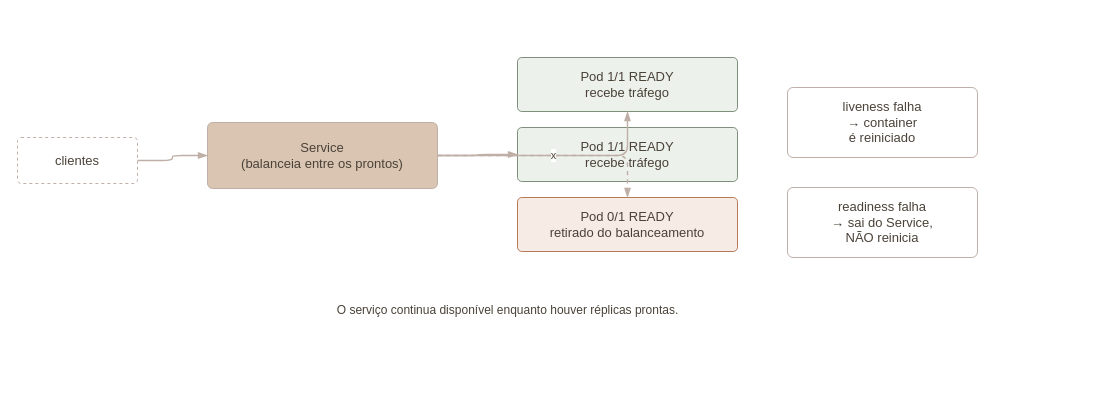
Earlier version of the draw.io diagram materiais/UC-ICN/Aula 08 - Disponibilidade e Escalabilidade de Servicos/Diagramas/a08-health-checks.drawio (catarinaacsilva/catarinaacsilva.github.io). Source tidied: cells renumbered, new cells numbered last; positions are measured from the earlier drawing's top-left corner, leaving out a move shared by most shapes. Both pictures are drawn from the tidied source at 100%, with x=0, y=0 at pixel (17, 57).
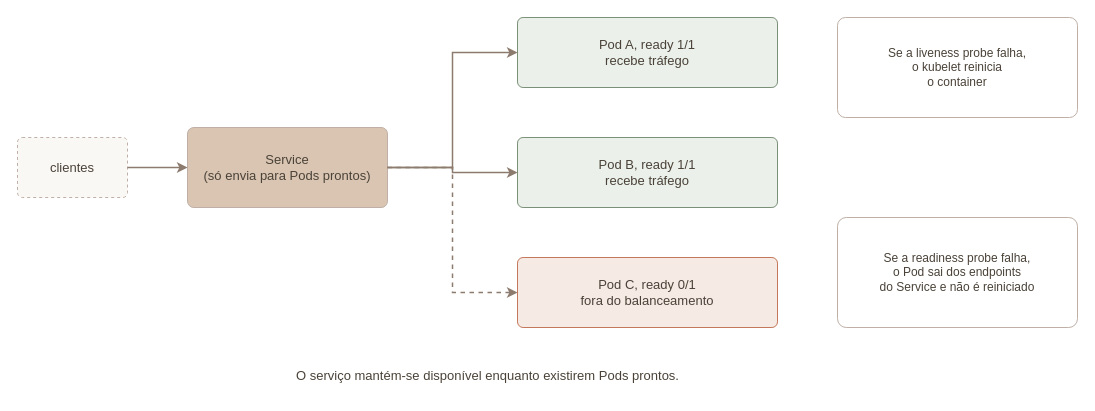
The same page after the edit.

The edit, as a diff of the source:
```diff
@@
 <mxGraphModel>
   <root>
     <mxCell id="0" />
     <mxCell id="1" parent="0" />
-    <mxCell id="2" value="clientes" style="rounded=1;whiteSpace=wrap;html=1;fillColor=none;strokeColor=#BFAFA6;fontColor=#4A4238;dashed=1;fontFamily=Helvetica;fontSize=13;arcSize=8;" parent="1" vertex="1">
-      <mxGeometry y="80" width="120" height="46" as="geometry" />
+    <mxCell id="2" value="clientes" style="rounded=1;arcSize=8;whiteSpace=wrap;html=1;fillColor=#FAF8F5;strokeColor=#BFAFA6;fontColor=#4A4238;fontFamily=Helvetica;fontSize=13;align=center;verticalAlign=middle;dashed=1;" parent="1" vertex="1">
+      <mxGeometry y="80" width="110" height="60" as="geometry" />
     </mxCell>
-    <mxCell id="3" value="Service&lt;br&gt;(balanceia entre os prontos)" style="rounded=1;whiteSpace=wrap;html=1;fillColor=#D9C5B2;strokeColor=#BFAFA6;fontColor=#4A4238;dashed=0;fontFamily=Helvetica;fontSize=13;arcSize=8;" parent="1" vertex="1">
-      <mxGeometry x="190" y="65" width="230" height="66" as="geometry" />
-    </mxCell>
-    <mxCell id="4" value="Pod  1/1 READY&lt;br&gt;recebe tráfego" style="rounded=1;whiteSpace=wrap;html=1;fillColor=#EDF1EC;strokeColor=#7E8F7C;fontColor=#4A4238;dashed=0;fontFamily=Helvetica;fontSize=13;arcSize=8;" parent="1" vertex="1">
-      <mxGeometry x="500" width="220" height="54" as="geometry" />
-    </mxCell>
-    <mxCell id="5" value="Pod  1/1 READY&lt;br&gt;recebe tráfego" style="rounded=1;whiteSpace=wrap;html=1;fillColor=#EDF1EC;strokeColor=#7E8F7C;fontColor=#4A4238;dashed=0;fontFamily=Helvetica;fontSize=13;arcSize=8;" parent="1" vertex="1">
-      <mxGeometry x="500" y="70" width="220" height="54" as="geometry" />
-    </mxCell>
-    <mxCell id="6" value="Pod  0/1 READY&lt;br&gt;retirado do balanceamento" style="rounded=1;whiteSpace=wrap;html=1;fillColor=#F7ECE5;strokeColor=#B5795C;fontColor=#4A4238;dashed=0;fontFamily=Helvetica;fontSize=13;arcSize=8;" parent="1" vertex="1">
-      <mxGeometry x="500" y="140" width="220" height="54" as="geometry" />
-    </mxCell>
-    <mxCell id="7" value="readiness falha&lt;br&gt;→ sai do Service,&lt;br&gt;NÃO reinicia" style="rounded=1;whiteSpace=wrap;html=1;fillColor=#FFFFFF;strokeColor=#BFAFA6;fontColor=#4A4238;dashed=0;fontFamily=Helvetica;fontSize=13;arcSize=8;" parent="1" vertex="1">
-      <mxGeometry x="770" y="130" width="190" height="70" as="geometry" />
-    </mxCell>
-    <mxCell id="8" value="liveness falha&lt;br&gt;→ container&lt;br&gt;é reiniciado" style="rounded=1;whiteSpace=wrap;html=1;fillColor=#FFFFFF;strokeColor=#BFAFA6;fontColor=#4A4238;dashed=0;fontFamily=Helvetica;fontSize=13;arcSize=8;" parent="1" vertex="1">
-      <mxGeometry x="770" y="30" width="190" height="70" as="geometry" />
-    </mxCell>
-    <mxCell id="9" value="O serviço continua disponível enquanto houver réplicas prontas." style="text;html=1;strokeColor=none;fillColor=none;align=center;verticalAlign=middle;fontColor=#4A4238;fontFamily=Helvetica;fontSize=12;" parent="1" vertex="1">
-      <mxGeometry x="190" y="240" width="600" height="26" as="geometry" />
-    </mxCell>
-    <mxCell id="10" style="edgeStyle=orthogonalEdgeStyle;rounded=1;html=1;dashed=0;strokeColor=#BFAFA6;fontColor=#4A4238;fontFamily=Helvetica;fontSize=11;endArrow=blockThin;endFill=1;strokeWidth=1.4;" parent="1" edge="1" source="2" target="3">
-      <mxGeometry relative="1" as="geometry" />
-    </mxCell>
-    <mxCell id="11" style="edgeStyle=orthogonalEdgeStyle;rounded=1;html=1;dashed=0;strokeColor=#BFAFA6;fontColor=#4A4238;fontFamily=Helvetica;fontSize=11;endArrow=blockThin;endFill=1;strokeWidth=1.4;" parent="1" edge="1" source="3" target="4">
-      <mxGeometry relative="1" as="geometry" />
-    </mxCell>
-    <mxCell id="12" style="edgeStyle=orthogonalEdgeStyle;rounded=1;html=1;dashed=0;strokeColor=#BFAFA6;fontColor=#4A4238;fontFamily=Helvetica;fontSize=11;endArrow=blockThin;endFill=1;strokeWidth=1.4;" parent="1" edge="1" source="3" target="5">
-      <mxGeometry relative="1" as="geometry" />
-    </mxCell>
-    <mxCell id="13" value="x" style="edgeStyle=orthogonalEdgeStyle;rounded=1;html=1;dashed=1;strokeColor=#BFAFA6;fontColor=#4A4238;fontFamily=Helvetica;fontSize=11;endArrow=blockThin;endFill=1;strokeWidth=1.4;" parent="1" edge="1" source="3" target="6">
-      <mxGeometry relative="1" as="geometry" />
-    </mxCell>
+    <mxCell id="14" value="Service&lt;br&gt;(só envia para Pods prontos)" style="rounded=1;arcSize=8;whiteSpace=wrap;html=1;fillColor=#D9C5B2;strokeColor=#BFAFA6;fontColor=#4A4238;fontFamily=Helvetica;fontSize=13;align=center;verticalAlign=middle;" parent="1" vertex="1">
+      <mxGeometry x="170" y="70" width="200" height="80" as="geometry" />
+    </mxCell>
+    <mxCell id="15" value="Pod A, ready 1/1&lt;br&gt;recebe tráfego" style="rounded=1;arcSize=8;whiteSpace=wrap;html=1;fillColor=#EBF0EA;strokeColor=#7A9078;fontColor=#4A4238;fontFamily=Helvetica;fontSize=13;align=center;verticalAlign=middle;" parent="1" vertex="1">
+      <mxGeometry x="500" y="-40" width="260" height="70" as="geometry" />
+    </mxCell>
+    <mxCell id="16" value="Pod B, ready 1/1&lt;br&gt;recebe tráfego" style="rounded=1;arcSize=8;whiteSpace=wrap;html=1;fillColor=#EBF0EA;strokeColor=#7A9078;fontColor=#4A4238;fontFamily=Helvetica;fontSize=13;align=center;verticalAlign=middle;" parent="1" vertex="1">
+      <mxGeometry x="500" y="80" width="260" height="70" as="geometry" />
+    </mxCell>
+    <mxCell id="17" value="Pod C, ready 0/1&lt;br&gt;fora do balanceamento" style="rounded=1;arcSize=8;whiteSpace=wrap;html=1;fillColor=#F5EAE4;strokeColor=#C4775A;fontColor=#4A4238;fontFamily=Helvetica;fontSize=13;align=center;verticalAlign=middle;" parent="1" vertex="1">
+      <mxGeometry x="500" y="200" width="260" height="70" as="geometry" />
+    </mxCell>
+    <mxCell id="18" style="edgeStyle=orthogonalEdgeStyle;rounded=1;html=1;strokeColor=#8C7B6E;strokeWidth=1.5;fontColor=#4A4238;fontSize=11;fontFamily=Helvetica;labelBackgroundColor=#FAF8F5;endArrow=classic;" parent="1" edge="1" source="2" target="14">
+      <mxGeometry relative="1" as="geometry" />
+    </mxCell>
+    <mxCell id="19" style="edgeStyle=orthogonalEdgeStyle;rounded=0;html=1;strokeColor=#8C7B6E;strokeWidth=1.5;fontColor=#4A4238;fontSize=11;fontFamily=Helvetica;labelBackgroundColor=#FAF8F5;endArrow=classic;exitX=1;exitY=0.5;entryX=0;entryY=0.5;" parent="1" edge="1" source="14" target="15">
+      <mxGeometry relative="1" as="geometry">
+        <Array as="points">
+          <mxPoint x="435" y="110" />
+          <mxPoint x="435" y="-5" />
+        </Array>
+      </mxGeometry>
+    </mxCell>
+    <mxCell id="20" style="edgeStyle=orthogonalEdgeStyle;rounded=0;html=1;strokeColor=#8C7B6E;strokeWidth=1.5;fontColor=#4A4238;fontSize=11;fontFamily=Helvetica;labelBackgroundColor=#FAF8F5;endArrow=classic;exitX=1;exitY=0.5;entryX=0;entryY=0.5;" parent="1" edge="1" source="14" target="16">
+      <mxGeometry relative="1" as="geometry">
+        <Array as="points">
+          <mxPoint x="435" y="110" />
+          <mxPoint x="435" y="115" />
+        </Array>
+      </mxGeometry>
+    </mxCell>
+    <mxCell id="21" style="edgeStyle=orthogonalEdgeStyle;rounded=0;html=1;strokeColor=#8C7B6E;strokeWidth=1.5;fontColor=#4A4238;fontSize=11;fontFamily=Helvetica;labelBackgroundColor=#FAF8F5;endArrow=classic;exitX=1;exitY=0.5;entryX=0;entryY=0.5;dashed=1;" parent="1" edge="1" source="14" target="17">
+      <mxGeometry relative="1" as="geometry">
+        <Array as="points">
+          <mxPoint x="435" y="110" />
+          <mxPoint x="435" y="235" />
+        </Array>
+      </mxGeometry>
+    </mxCell>
+    <mxCell id="22" value="Se a liveness probe falha,&lt;br&gt;o kubelet reinicia&lt;br&gt;o container" style="rounded=1;arcSize=8;whiteSpace=wrap;html=1;fillColor=#FFFFFF;strokeColor=#BFAFA6;fontColor=#4A4238;fontFamily=Helvetica;fontSize=12;align=center;verticalAlign=middle;" parent="1" vertex="1">
+      <mxGeometry x="820" y="-40" width="240" height="100" as="geometry" />
+    </mxCell>
+    <mxCell id="23" value="Se a readiness probe falha,&lt;br&gt;o Pod sai dos endpoints&lt;br&gt;do Service e não é reiniciado" style="rounded=1;arcSize=8;whiteSpace=wrap;html=1;fillColor=#FFFFFF;strokeColor=#BFAFA6;fontColor=#4A4238;fontFamily=Helvetica;fontSize=12;align=center;verticalAlign=middle;" parent="1" vertex="1">
+      <mxGeometry x="820" y="160" width="240" height="110" as="geometry" />
+    </mxCell>
+    <mxCell id="24" value="O serviço mantém-se disponível enquanto existirem Pods prontos." style="text;html=1;fillColor=none;strokeColor=none;fontColor=#4A4238;fontFamily=Helvetica;fontSize=13;align=center;verticalAlign=middle;" parent="1" vertex="1">
+      <mxGeometry x="170" y="300" width="600" height="36" as="geometry" />
+    </mxCell>
   </root>
 </mxGraphModel>
```
